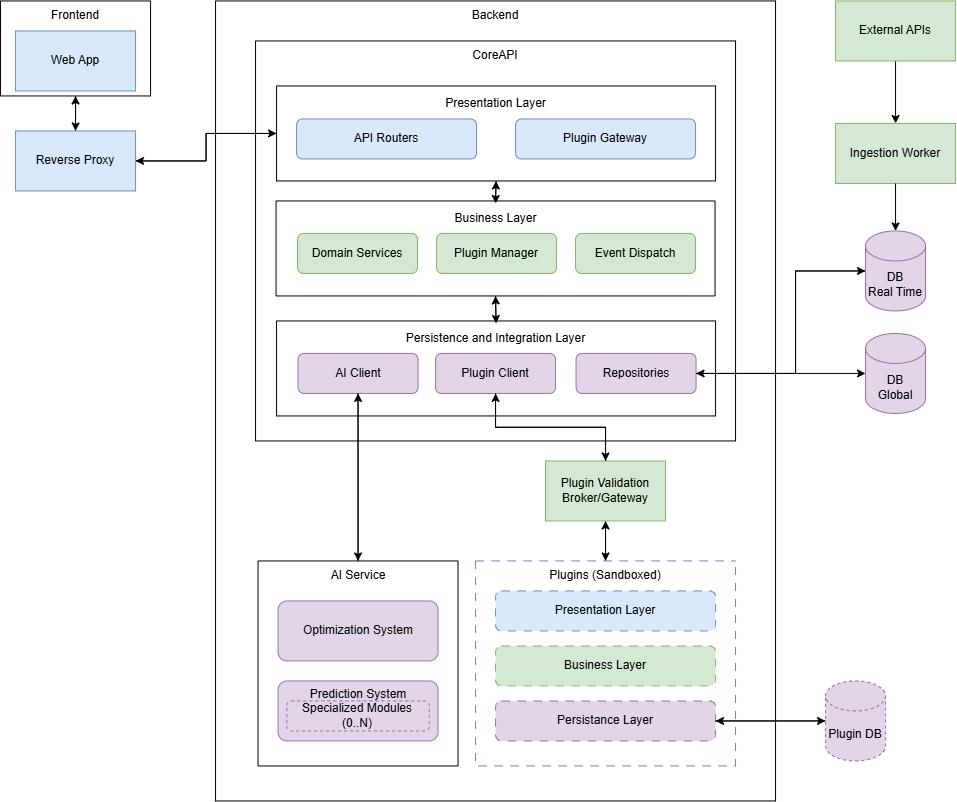
Above: docs/assets/PEIArch.png in Ad-Omnia/ad-omnia.github.io (draw.io), before the change. Source tidied: cells renumbered, new cells last; positions are measured from the earlier drawing's top-left corner, leaving out a move shared by most shapes.
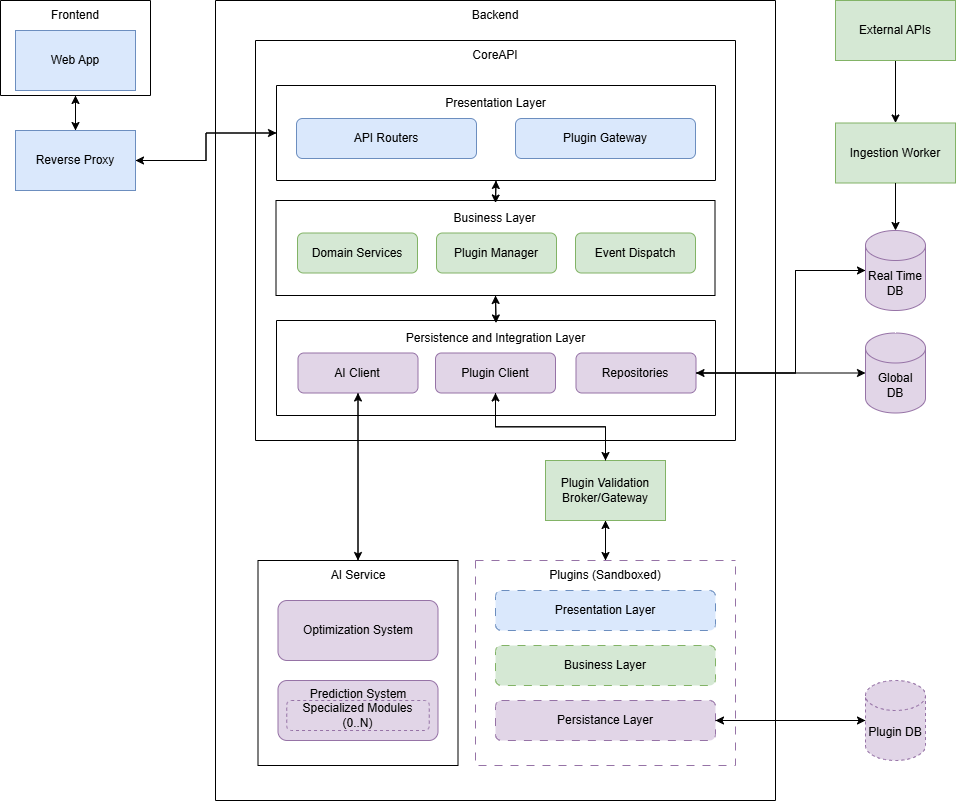
After the commit.

Commit message:
Fixing Arch and TechStack Diagrams

The edit, as a diff of the source:
```diff
@@ -2,7 +2,7 @@
   <root>
     <mxCell id="0" />
     <mxCell id="1" parent="0" />
-    <mxCell id="2" value="DB&lt;div&gt;Global&lt;/div&gt;" style="shape=cylinder3;whiteSpace=wrap;html=1;boundedLbl=1;backgroundOutline=1;size=15;fillColor=#e1d5e7;strokeColor=#9673a6;" parent="1" vertex="1">
+    <mxCell id="2" value="&lt;div&gt;Global&lt;/div&gt;&lt;div&gt;DB&lt;/div&gt;" style="shape=cylinder3;whiteSpace=wrap;html=1;boundedLbl=1;backgroundOutline=1;size=15;fillColor=#e1d5e7;strokeColor=#9673a6;" parent="1" vertex="1">
       <mxGeometry x="865" y="332.5" width="60" height="80" as="geometry" />
     </mxCell>
     <mxCell id="3" style="edgeStyle=orthogonalEdgeStyle;rounded=0;jettySize=auto;html=1;exitX=0;exitY=0.5;exitDx=0;exitDy=0;exitPerimeter=0;entryX=1;entryY=0.5;entryDx=0;entryDy=0;" parent="1" edge="1" source="4" target="30">
@@ -13,7 +13,7 @@
         </Array>
       </mxGeometry>
     </mxCell>
-    <mxCell id="4" value="DB&lt;div&gt;Real Time&lt;/div&gt;" style="shape=cylinder3;whiteSpace=wrap;html=1;boundedLbl=1;backgroundOutline=1;size=15;fillColor=#e1d5e7;strokeColor=#9673a6;" parent="1" vertex="1">
+    <mxCell id="4" value="&lt;div&gt;Real Time&lt;/div&gt;&lt;div&gt;DB&lt;/div&gt;" style="shape=cylinder3;whiteSpace=wrap;html=1;boundedLbl=1;backgroundOutline=1;size=15;fillColor=#e1d5e7;strokeColor=#9673a6;" parent="1" vertex="1">
       <mxGeometry x="865" y="230" width="60" height="80" as="geometry" />
     </mxCell>
     <mxCell id="5" style="edgeStyle=orthogonalEdgeStyle;rounded=0;jettySize=auto;html=1;exitX=1;exitY=0.5;exitDx=0;exitDy=0;entryX=0;entryY=0.5;entryDx=0;entryDy=0;" parent="1" edge="1" source="7" target="15">
@@ -184,7 +184,7 @@
       <mxGeometry relative="1" as="geometry" />
     </mxCell>
     <mxCell id="59" value="Plugin DB" style="shape=cylinder3;whiteSpace=wrap;html=1;boundedLbl=1;backgroundOutline=1;size=15;fillColor=#e1d5e7;strokeColor=#9673a6;dashed=1;" parent="1" vertex="1">
-      <mxGeometry x="825" y="680" width="60" height="80" as="geometry" />
+      <mxGeometry x="865" y="680" width="60" height="80" as="geometry" />
     </mxCell>
     <mxCell id="60" style="edgeStyle=orthogonalEdgeStyle;rounded=0;jettySize=auto;html=1;exitX=1;exitY=0.5;exitDx=0;exitDy=0;entryX=0;entryY=0.5;entryDx=0;entryDy=0;entryPerimeter=0;" parent="1" edge="1" source="35" target="59">
       <mxGeometry relative="1" as="geometry" />
```
